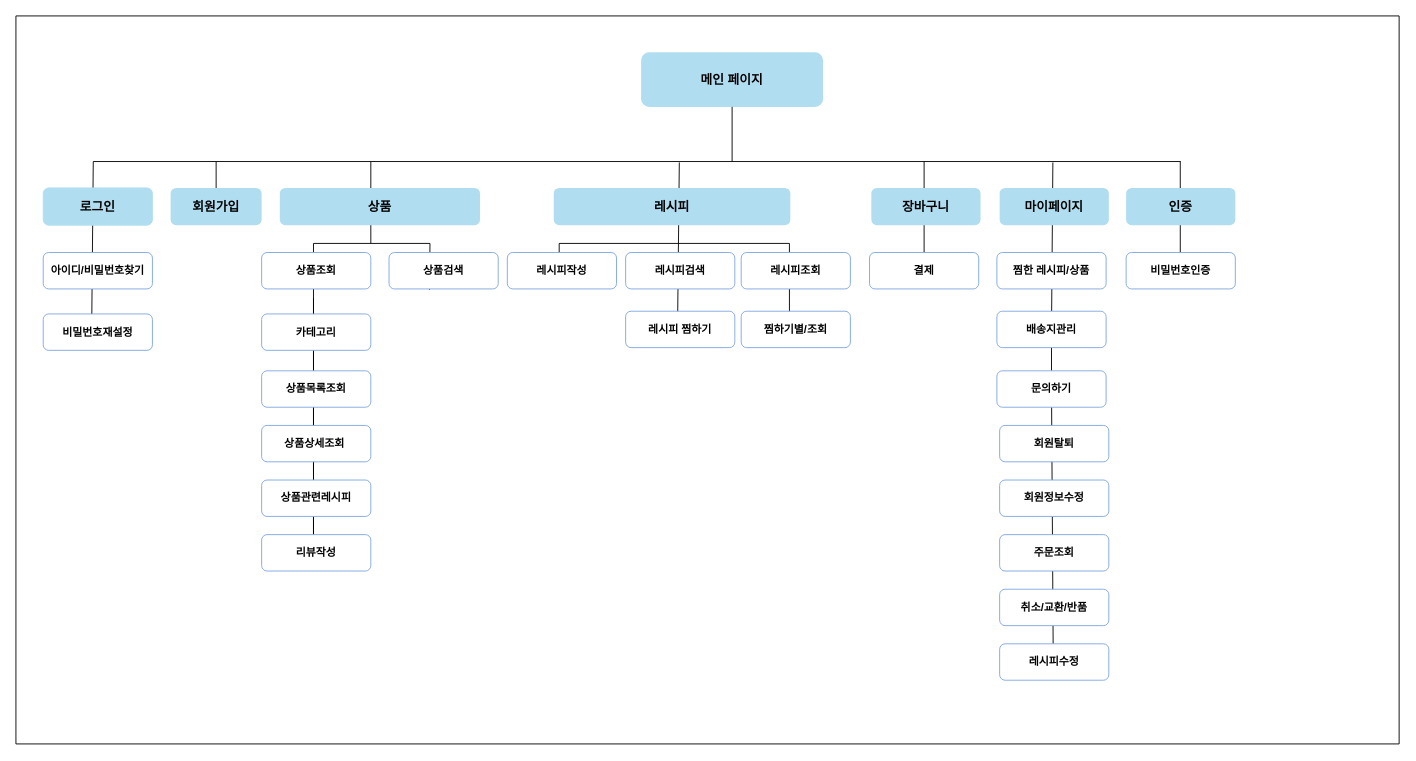
Above: Flowchart.drawio in wjdwodhs/Flowchart (draw.io), before the change. Source tidied: cells renumbered, new cells numbered last; positions are measured from the earlier drawing's top-left corner, leaving out a move shared by most shapes. Both pictures are drawn from the tidied source at 91%, with x=0, y=0 at pixel (15, 15).
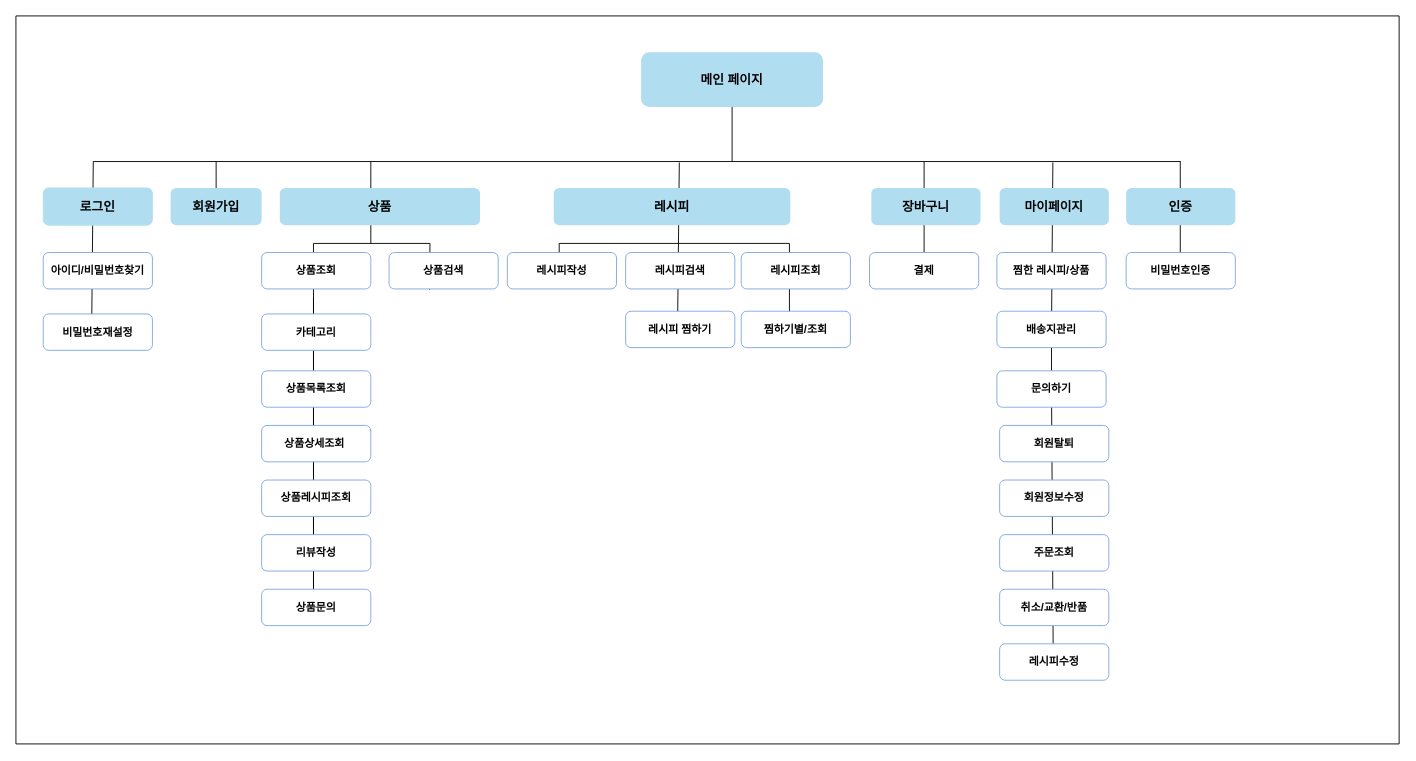
Above is the later version.

Change to the diagram source:
```diff
@@
     <mxCell id="17" style="endArrow=none;html=1;rounded=0;" parent="1" edge="1">
       <mxGeometry relative="1" as="geometry">
         <mxPoint x="327" y="310" as="sourcePoint" />
         <mxPoint x="327" y="250" as="targetPoint" />
         <Array as="points">
-          <mxPoint x="327" y="610" />
+          <mxPoint x="327" y="660" />
           <mxPoint x="327" y="310" />
         </Array>
       </mxGeometry>
     </mxCell>
@@
-    <mxCell id="32" value="&lt;b&gt;상품관련레시피&lt;/b&gt;" style="rounded=1;whiteSpace=wrap;html=1;strokeColor=#7EA6E0;" parent="1" vertex="1">
+    <mxCell id="32" value="&lt;b&gt;상품레시피조회&lt;/b&gt;" style="rounded=1;whiteSpace=wrap;html=1;strokeColor=#7EA6E0;" parent="1" vertex="1">
       <mxGeometry x="270" y="510" width="120" height="40" as="geometry" />
     </mxCell>
@@
+    <mxCell id="55" value="&lt;b&gt;상품문의&lt;/b&gt;" style="rounded=1;whiteSpace=wrap;html=1;strokeColor=#7EA6E0;" parent="1" vertex="1">
+      <mxGeometry x="270" y="630" width="120" height="40" as="geometry" />
+    </mxCell>
```
